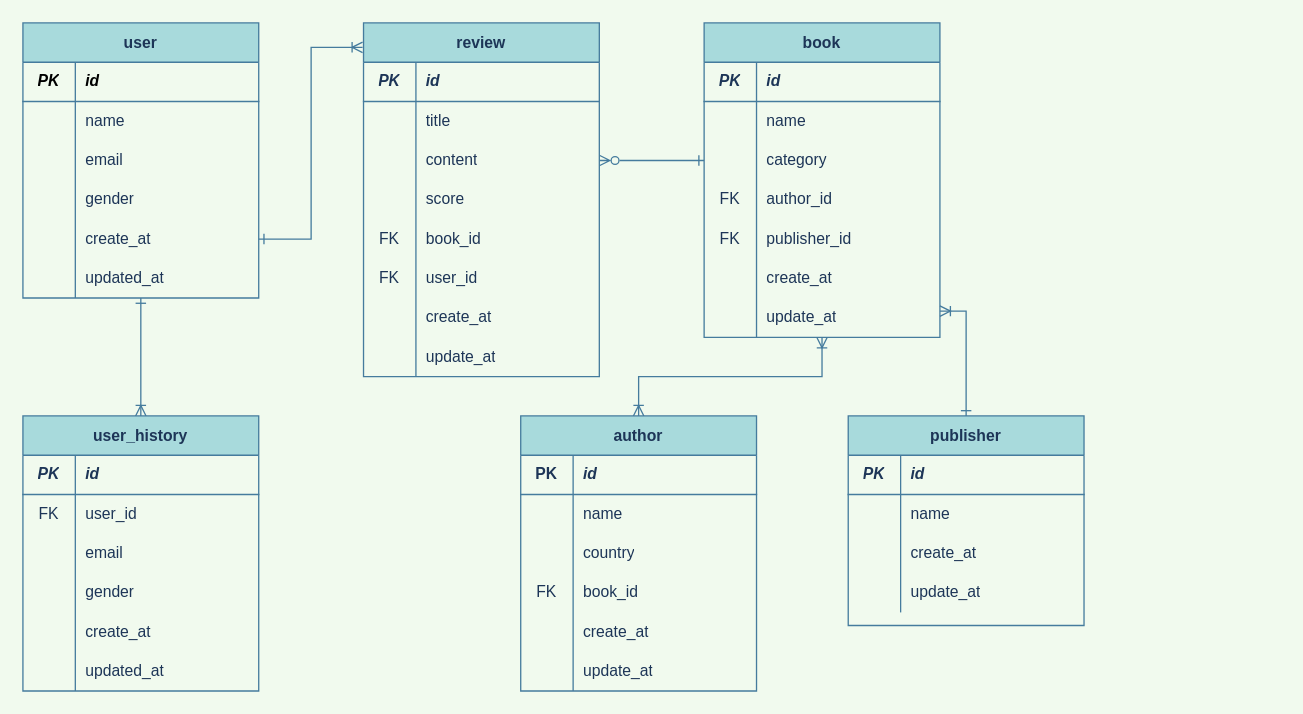
This is Untitled Diagram.drawio from xjvmdutl/FastCampusJPA03, a draw.io file, before an edit. Source tidied: cells renumbered, new cells numbered last; positions are measured from the earlier drawing's top-left corner, leaving out a move shared by most shapes. Both pictures are drawn from the tidied source at 131%, with x=0, y=0 at pixel (22, 22).
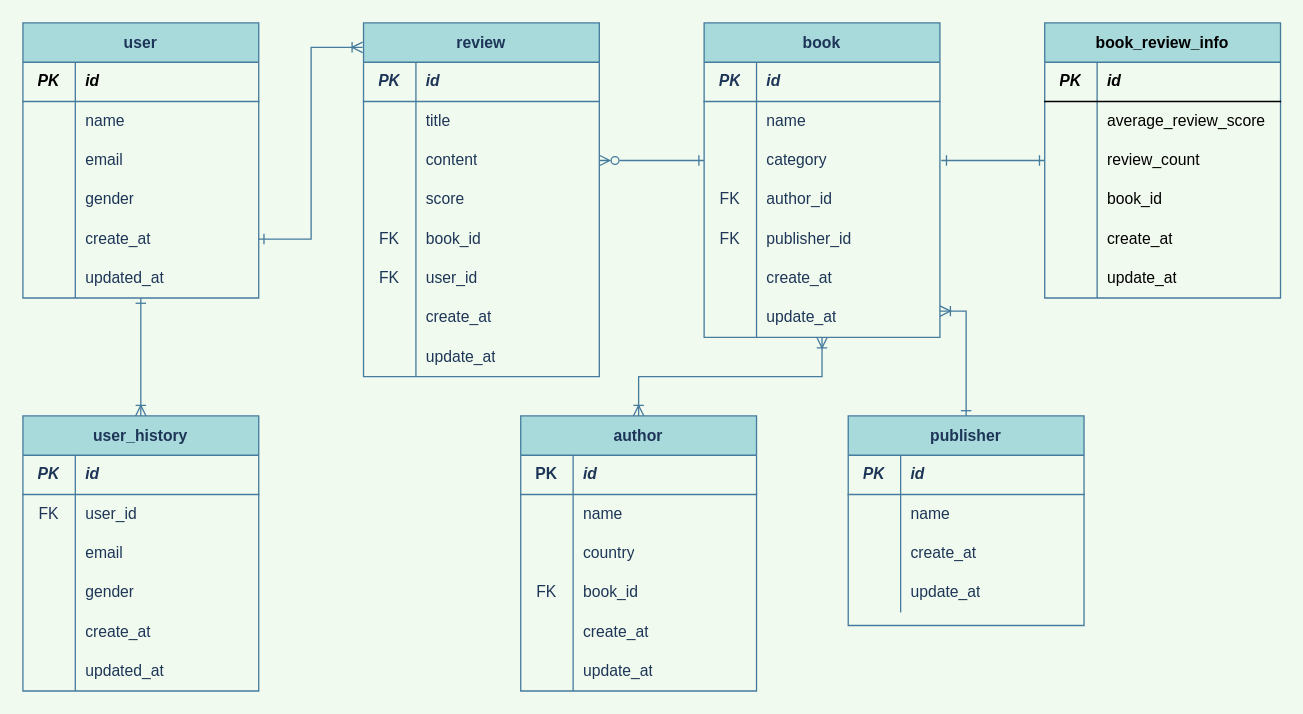
The same page after the edit.

Diff of the diagram source:
```diff
@@
+    <mxCell id="124" style="edgeStyle=orthogonalEdgeStyle;curved=0;rounded=1;sketch=0;jettySize=auto;html=1;fontColor=#000000;strokeColor=#457B9D;fillColor=#A8DADC;startArrow=ERone;startFill=0;endArrow=ERone;endFill=0;" parent="1" edge="1" source="125">
+      <mxGeometry relative="1" as="geometry">
+        <mxPoint x="701" y="105" as="targetPoint" />
+        <Array as="points">
+          <mxPoint x="701" y="105" />
+        </Array>
+      </mxGeometry>
+    </mxCell>
+    <mxCell id="125" value="book_review_info" style="shape=table;startSize=30;childLayout=tableLayout;rowLines=0;fontStyle=1;align=center;rounded=0;sketch=0;fontColor=#000000;strokeColor=#457B9D;fillColor=#A8DADC;" parent="1" vertex="1">
+      <mxGeometry x="780" width="180" height="210" as="geometry" />
+    </mxCell>
+    <mxCell id="126" style="shape=partialRectangle;html=1;whiteSpace=wrap;fillColor=none;top=0;left=0;bottom=1;right=0;" parent="125" vertex="1">
+      <mxGeometry y="30" width="180" height="30" as="geometry" />
+    </mxCell>
+    <mxCell id="127" value="PK" style="shape=partialRectangle;html=1;whiteSpace=wrap;fillColor=none;top=0;left=0;bottom=0;right=0;overflow=hidden;fontStyle=3;" parent="126" vertex="1">
+      <mxGeometry width="40" height="30" as="geometry" />
+    </mxCell>
+    <mxCell id="128" value="id" style="shape=partialRectangle;html=1;whiteSpace=wrap;fillColor=none;top=0;left=0;bottom=0;right=0;align=left;spacingLeft=6;overflow=hidden;fontStyle=3;" parent="126" vertex="1">
+      <mxGeometry x="40" width="140" height="30" as="geometry" />
+    </mxCell>
+    <mxCell id="129" style="shape=partialRectangle;html=1;whiteSpace=wrap;fillColor=none;top=0;left=0;bottom=0;right=0;" parent="125" vertex="1">
+      <mxGeometry y="60" width="180" height="30" as="geometry" />
+    </mxCell>
+    <mxCell id="130" style="shape=partialRectangle;html=1;whiteSpace=wrap;fillColor=none;top=0;left=0;bottom=0;right=0;overflow=hidden;" parent="129" vertex="1">
+      <mxGeometry width="40" height="30" as="geometry" />
+    </mxCell>
+    <mxCell id="131" value="average_review_score" style="shape=partialRectangle;html=1;whiteSpace=wrap;fillColor=none;top=0;left=0;bottom=0;right=0;align=left;spacingLeft=6;overflow=hidden;" parent="129" vertex="1">
+      <mxGeometry x="40" width="140" height="30" as="geometry" />
+    </mxCell>
+    <mxCell id="132" style="shape=partialRectangle;html=1;whiteSpace=wrap;fillColor=none;top=0;left=0;bottom=0;right=0;" parent="125" vertex="1">
+      <mxGeometry y="90" width="180" height="30" as="geometry" />
+    </mxCell>
+    <mxCell id="133" style="shape=partialRectangle;html=1;whiteSpace=wrap;fillColor=none;top=0;left=0;bottom=0;right=0;overflow=hidden;" parent="132" vertex="1">
+      <mxGeometry width="40" height="30" as="geometry" />
+    </mxCell>
+    <mxCell id="134" value="review_count" style="shape=partialRectangle;html=1;whiteSpace=wrap;fillColor=none;top=0;left=0;bottom=0;right=0;align=left;spacingLeft=6;overflow=hidden;" parent="132" vertex="1">
+      <mxGeometry x="40" width="140" height="30" as="geometry" />
+    </mxCell>
+    <mxCell id="135" style="shape=partialRectangle;html=1;whiteSpace=wrap;fillColor=none;top=0;left=0;bottom=0;right=0;" parent="125" vertex="1">
+      <mxGeometry y="120" width="180" height="30" as="geometry" />
+    </mxCell>
+    <mxCell id="136" style="shape=partialRectangle;html=1;whiteSpace=wrap;fillColor=none;top=0;left=0;bottom=0;right=0;overflow=hidden;" parent="135" vertex="1">
+      <mxGeometry width="40" height="30" as="geometry" />
+    </mxCell>
+    <mxCell id="137" value="book_id" style="shape=partialRectangle;html=1;whiteSpace=wrap;fillColor=none;top=0;left=0;bottom=0;right=0;align=left;spacingLeft=6;overflow=hidden;" parent="135" vertex="1">
+      <mxGeometry x="40" width="140" height="30" as="geometry" />
+    </mxCell>
+    <mxCell id="138" style="shape=partialRectangle;html=1;whiteSpace=wrap;fillColor=none;top=0;left=0;bottom=0;right=0;" parent="125" vertex="1">
+      <mxGeometry y="150" width="180" height="30" as="geometry" />
+    </mxCell>
+    <mxCell id="139" style="shape=partialRectangle;html=1;whiteSpace=wrap;fillColor=none;top=0;left=0;bottom=0;right=0;overflow=hidden;" parent="138" vertex="1">
+      <mxGeometry width="40" height="30" as="geometry" />
+    </mxCell>
+    <mxCell id="140" value="create_at" style="shape=partialRectangle;html=1;whiteSpace=wrap;fillColor=none;top=0;left=0;bottom=0;right=0;align=left;spacingLeft=6;overflow=hidden;" parent="138" vertex="1">
+      <mxGeometry x="40" width="140" height="30" as="geometry" />
+    </mxCell>
+    <mxCell id="141" style="shape=partialRectangle;html=1;whiteSpace=wrap;fillColor=none;top=0;left=0;bottom=0;right=0;" parent="125" vertex="1">
+      <mxGeometry y="180" width="180" height="30" as="geometry" />
+    </mxCell>
+    <mxCell id="142" style="shape=partialRectangle;html=1;whiteSpace=wrap;fillColor=none;top=0;left=0;bottom=0;right=0;overflow=hidden;" parent="141" vertex="1">
+      <mxGeometry width="40" height="30" as="geometry" />
+    </mxCell>
+    <mxCell id="143" value="update_at" style="shape=partialRectangle;html=1;whiteSpace=wrap;fillColor=none;top=0;left=0;bottom=0;right=0;align=left;spacingLeft=6;overflow=hidden;" parent="141" vertex="1">
+      <mxGeometry x="40" width="140" height="30" as="geometry" />
+    </mxCell>
```
